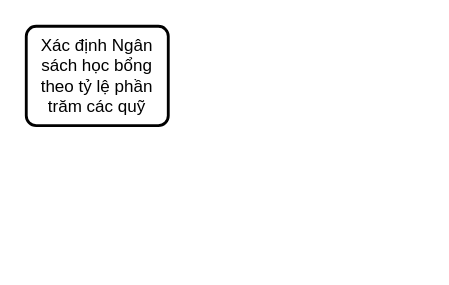
Earlier version of the draw.io diagram Học bổng.drawio (hype1524/Test). Source tidied: cells renumbered, new cells numbered last; positions are measured from the earlier drawing's top-left corner, leaving out a move shared by most shapes. Both pictures are drawn from the tidied source at 142%, with x=0, y=0 at pixel (26, 26).
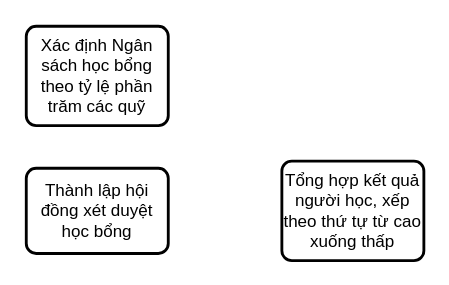
After the change.

Diff of the diagram source:
```diff
@@
 <mxGraphModel>
   <root>
     <mxCell id="0" />
     <mxCell id="1" parent="0" />
     <mxCell id="2" value="Xác định Ngân sách học bổng theo tỷ lệ phần trăm các quỹ" style="rounded=1;whiteSpace=wrap;html=1;absoluteArcSize=1;arcSize=14;strokeWidth=2;" parent="1" vertex="1">
       <mxGeometry width="100" height="70" as="geometry" />
     </mxCell>
+    <mxCell id="3" value="Thành lập hội đồng xét duyệt học bổng" style="rounded=1;whiteSpace=wrap;html=1;absoluteArcSize=1;arcSize=14;strokeWidth=2;" parent="1" vertex="1">
+      <mxGeometry y="100" width="100" height="60" as="geometry" />
+    </mxCell>
+    <mxCell id="4" value="Tổng hợp kết quả người học, xếp theo thứ tự từ cao xuống thấp" style="rounded=1;whiteSpace=wrap;html=1;absoluteArcSize=1;arcSize=14;strokeWidth=2;" parent="1" vertex="1">
+      <mxGeometry x="180" y="95" width="100" height="70" as="geometry" />
+    </mxCell>
   </root>
 </mxGraphModel>
```
